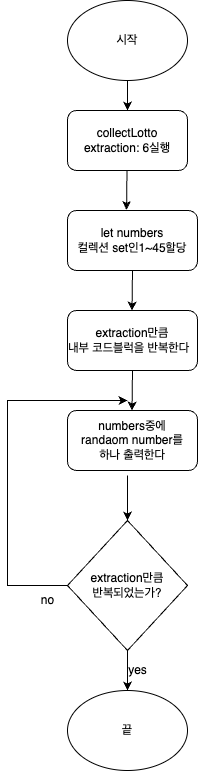
Above: CodeStarterCamp_Week2/lotto.drawio.png in yagom-academy/swift-starter-Round2 (draw.io), before the change. Source tidied: cells renumbered, new cells last; positions are measured from the earlier drawing's top-left corner, leaving out a move shared by most shapes. Source of this version:
```xml
<mxGraphModel>
  <root>
    <mxCell id="0" />
    <mxCell id="1" parent="0" />
    <mxCell id="2" value="시작" style="ellipse;whiteSpace=wrap;html=1;" parent="1" vertex="1">
      <mxGeometry x="60" width="120" height="80" as="geometry" />
    </mxCell>
    <mxCell id="3" value="collectLotto&lt;br&gt;extraction: 6실행" style="rounded=1;whiteSpace=wrap;html=1;" parent="1" vertex="1">
      <mxGeometry x="60" y="110" width="120" height="60" as="geometry" />
    </mxCell>
    <mxCell id="4" value="let numbers&lt;br&gt;컬렉션 set인1~45할당" style="rounded=1;whiteSpace=wrap;html=1;" parent="1" vertex="1">
      <mxGeometry x="60" y="210" width="130" height="60" as="geometry" />
    </mxCell>
    <mxCell id="5" value="extraction만큼 &lt;br&gt;내부 코드블럭을 반복한다&amp;nbsp;&amp;nbsp;" style="rounded=1;whiteSpace=wrap;html=1;" parent="1" vertex="1">
      <mxGeometry x="60" y="310" width="130" height="60" as="geometry" />
    </mxCell>
    <mxCell id="6" value="numbers중에 &lt;br&gt;randaom number를 &lt;br&gt;하나 출력한다&lt;br&gt;" style="rounded=1;whiteSpace=wrap;html=1;" parent="1" vertex="1">
      <mxGeometry x="60" y="410" width="130" height="60" as="geometry" />
    </mxCell>
    <mxCell id="7" value="extraction만큼 &lt;br&gt;반복되었는가?" style="rhombus;whiteSpace=wrap;html=1;" parent="1" vertex="1">
      <mxGeometry x="60" y="520" width="120" height="130" as="geometry" />
    </mxCell>
    <mxCell id="8" style="endArrow=classic;html=1;rounded=0;exitX=0;exitY=0.5;exitDx=0;exitDy=0;" parent="1" edge="1" source="7">
      <mxGeometry relative="1" as="geometry">
        <mxPoint x="120" y="400" as="targetPoint" />
        <Array as="points">
          <mxPoint y="585" />
          <mxPoint y="400" />
        </Array>
      </mxGeometry>
    </mxCell>
    <mxCell id="9" style="endArrow=classic;html=1;rounded=0;" parent="1" edge="1">
      <mxGeometry relative="1" as="geometry">
        <mxPoint x="120" y="650" as="sourcePoint" />
        <mxPoint x="120" y="690" as="targetPoint" />
      </mxGeometry>
    </mxCell>
    <mxCell id="10" style="endArrow=classic;html=1;rounded=0;entryX=0.5;entryY=0;entryDx=0;entryDy=0;" parent="1" edge="1" target="3">
      <mxGeometry relative="1" as="geometry">
        <mxPoint x="120" y="80" as="sourcePoint" />
      </mxGeometry>
    </mxCell>
    <mxCell id="11" style="endArrow=classic;html=1;rounded=0;entryX=0.454;entryY=-0.008;entryDx=0;entryDy=0;entryPerimeter=0;" parent="1" edge="1" target="4">
      <mxGeometry relative="1" as="geometry">
        <mxPoint x="119.5" y="170" as="sourcePoint" />
      </mxGeometry>
    </mxCell>
    <mxCell id="12" style="endArrow=classic;html=1;rounded=0;entryX=0.454;entryY=-0.008;entryDx=0;entryDy=0;entryPerimeter=0;" parent="1" edge="1">
      <mxGeometry relative="1" as="geometry">
        <mxPoint x="125" y="370" as="sourcePoint" />
        <mxPoint x="124.5" y="410" as="targetPoint" />
      </mxGeometry>
    </mxCell>
    <mxCell id="13" style="endArrow=classic;html=1;rounded=0;entryX=0.454;entryY=-0.008;entryDx=0;entryDy=0;entryPerimeter=0;" parent="1" edge="1">
      <mxGeometry relative="1" as="geometry">
        <mxPoint x="125" y="270" as="sourcePoint" />
        <mxPoint x="124.5" y="310" as="targetPoint" />
      </mxGeometry>
    </mxCell>
    <mxCell id="14" style="endArrow=classic;html=1;rounded=0;entryX=0.5;entryY=0;entryDx=0;entryDy=0;" parent="1" edge="1" target="7">
      <mxGeometry relative="1" as="geometry">
        <mxPoint x="120" y="475" as="sourcePoint" />
      </mxGeometry>
    </mxCell>
    <mxCell id="15" value="끝" style="ellipse;whiteSpace=wrap;html=1;" parent="1" vertex="1">
      <mxGeometry x="60" y="690" width="120" height="80" as="geometry" />
    </mxCell>
    <mxCell id="16" value="no" style="text;html=1;align=center;verticalAlign=middle;strokeColor=none;fillColor=none;" parent="1" vertex="1">
      <mxGeometry x="20" y="585" width="40" height="30" as="geometry" />
    </mxCell>
    <mxCell id="17" value="yes" style="text;html=1;align=center;verticalAlign=middle;strokeColor=none;fillColor=none;" parent="1" vertex="1">
      <mxGeometry x="110" y="655" width="40" height="30" as="geometry" />
    </mxCell>
  </root>
</mxGraphModel>
```
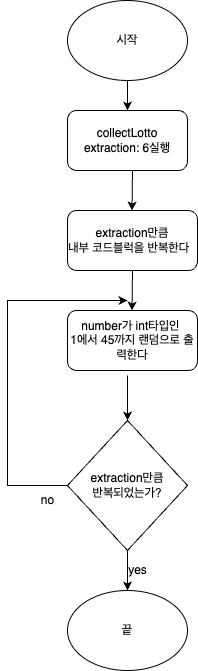
The same diagram one commit later.

Commit message:
순서도 수정

What changed in the source:
```diff
@@ -3,18 +3,15 @@
     <mxCell id="0" />
     <mxCell id="1" parent="0" />
     <mxCell id="2" value="시작" style="ellipse;whiteSpace=wrap;html=1;" parent="1" vertex="1">
-      <mxGeometry x="60" width="120" height="80" as="geometry" />
+      <mxGeometry x="60" y="100" width="120" height="80" as="geometry" />
     </mxCell>
     <mxCell id="3" value="collectLotto&lt;br&gt;extraction: 6실행" style="rounded=1;whiteSpace=wrap;html=1;" parent="1" vertex="1">
-      <mxGeometry x="60" y="110" width="120" height="60" as="geometry" />
+      <mxGeometry x="60" y="210" width="120" height="60" as="geometry" />
     </mxCell>
-    <mxCell id="4" value="let numbers&lt;br&gt;컬렉션 set인1~45할당" style="rounded=1;whiteSpace=wrap;html=1;" parent="1" vertex="1">
-      <mxGeometry x="60" y="210" width="130" height="60" as="geometry" />
-    </mxCell>
     <mxCell id="5" value="extraction만큼 &lt;br&gt;내부 코드블럭을 반복한다&amp;nbsp;&amp;nbsp;" style="rounded=1;whiteSpace=wrap;html=1;" parent="1" vertex="1">
       <mxGeometry x="60" y="310" width="130" height="60" as="geometry" />
     </mxCell>
-    <mxCell id="6" value="numbers중에 &lt;br&gt;randaom number를 &lt;br&gt;하나 출력한다&lt;br&gt;" style="rounded=1;whiteSpace=wrap;html=1;" parent="1" vertex="1">
+    <mxCell id="6" value="number가 int타입인&amp;nbsp;&lt;br&gt;1에서 45까지 랜덤으로 출력한다" style="rounded=1;whiteSpace=wrap;html=1;" parent="1" vertex="1">
       <mxGeometry x="60" y="410" width="130" height="60" as="geometry" />
     </mxCell>
     <mxCell id="7" value="extraction만큼 &lt;br&gt;반복되었는가?" style="rhombus;whiteSpace=wrap;html=1;" parent="1" vertex="1">
@@ -37,14 +34,9 @@
     </mxCell>
     <mxCell id="10" style="endArrow=classic;html=1;rounded=0;entryX=0.5;entryY=0;entryDx=0;entryDy=0;" parent="1" edge="1" target="3">
       <mxGeometry relative="1" as="geometry">
-        <mxPoint x="120" y="80" as="sourcePoint" />
+        <mxPoint x="120" y="180" as="sourcePoint" />
       </mxGeometry>
     </mxCell>
-    <mxCell id="11" style="endArrow=classic;html=1;rounded=0;entryX=0.454;entryY=-0.008;entryDx=0;entryDy=0;entryPerimeter=0;" parent="1" edge="1" target="4">
-      <mxGeometry relative="1" as="geometry">
-        <mxPoint x="119.5" y="170" as="sourcePoint" />
-      </mxGeometry>
-    </mxCell>
     <mxCell id="12" style="endArrow=classic;html=1;rounded=0;entryX=0.454;entryY=-0.008;entryDx=0;entryDy=0;entryPerimeter=0;" parent="1" edge="1">
       <mxGeometry relative="1" as="geometry">
         <mxPoint x="125" y="370" as="sourcePoint" />
```
